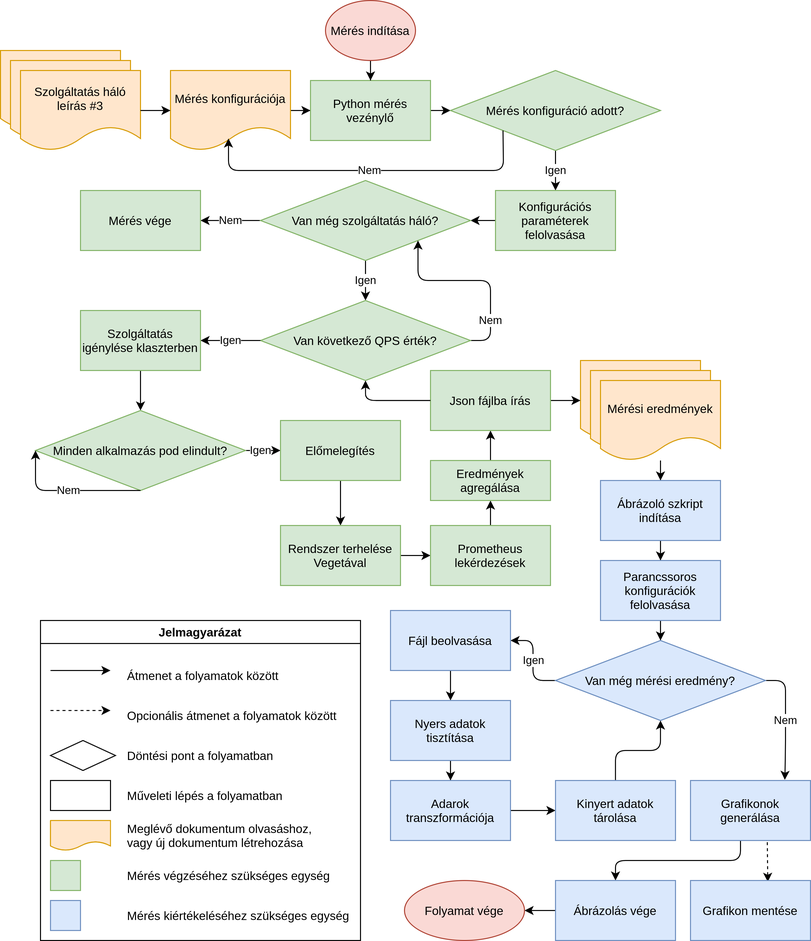
Earlier version of the draw.io export thesis/figures/measurement_and_draw_workflow.png (Tutkovics/Scaling_MSc). Source tidied: cells renumbered, new cells last; positions are measured from the earlier drawing's top-left corner, leaving out a move shared by most shapes.
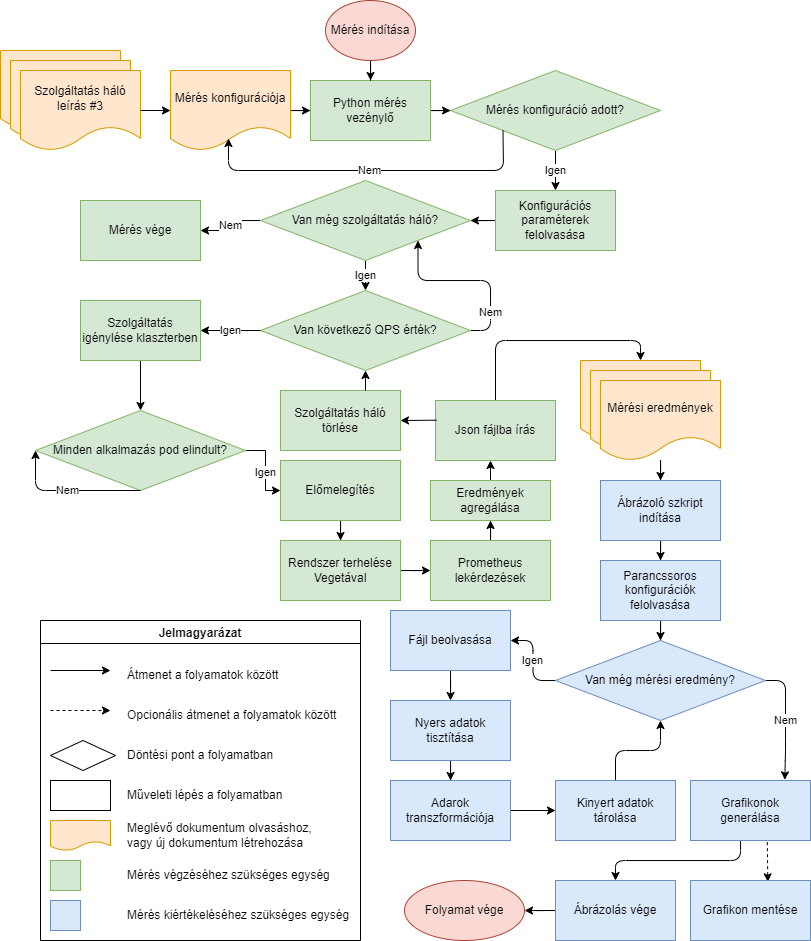
Above is the later version.

The edit, as a diff of the source:
```diff
@@ -62,10 +62,16 @@
       <mxGeometry x="260" y="180" width="210" height="80" as="geometry" />
     </mxCell>
     <mxCell id="20" value="Nem" style="edgeStyle=orthogonalEdgeStyle;rounded=1;jettySize=auto;html=1;entryX=1;entryY=1;entryDx=0;entryDy=0;exitX=1;exitY=0.5;exitDx=0;exitDy=0;" parent="1" edge="1" source="21" target="19">
-      <mxGeometry x="-0.58" relative="1" as="geometry" />
+      <mxGeometry x="-0.58" relative="1" as="geometry">
+        <Array as="points">
+          <mxPoint x="490" y="330" />
+          <mxPoint x="490" y="280" />
+          <mxPoint x="417" y="280" />
+        </Array>
+      </mxGeometry>
     </mxCell>
     <mxCell id="21" value="Van következő QPS érték?" style="rhombus;whiteSpace=wrap;html=1;fillColor=#d5e8d4;strokeColor=#82b366;" parent="1" vertex="1">
-      <mxGeometry x="260" y="300" width="210" height="80" as="geometry" />
+      <mxGeometry x="260" y="290" width="210" height="80" as="geometry" />
     </mxCell>
     <mxCell id="22" value="Igen" style="endArrow=classic;html=1;rounded=0;exitX=0;exitY=0.5;exitDx=0;exitDy=0;entryX=1;entryY=0.5;entryDx=0;entryDy=0;" parent="1" edge="1" source="21" target="24">
       <mxGeometry relative="1" as="geometry" />
@@ -74,7 +80,7 @@
       <mxGeometry relative="1" as="geometry" />
     </mxCell>
     <mxCell id="24" value="Szolgáltatás igénylése klaszterben" style="whiteSpace=wrap;html=1;fillColor=#d5e8d4;strokeColor=#82b366;" parent="1" vertex="1">
-      <mxGeometry x="80" y="310" width="120" height="60" as="geometry" />
+      <mxGeometry x="80" y="300" width="120" height="60" as="geometry" />
     </mxCell>
     <mxCell id="25" value="Igen" style="edgeStyle=orthogonalEdgeStyle;rounded=0;jettySize=auto;shadow=0;labelBackgroundColor=default;fontColor=default;labelBorderColor=none;html=1;" parent="1" edge="1" source="26" target="29">
       <mxGeometry x="0.11" relative="1" as="geometry" />
@@ -93,41 +99,42 @@
       <mxGeometry relative="1" as="geometry" />
     </mxCell>
     <mxCell id="29" value="Előmelegítés" style="whiteSpace=wrap;html=1;fillColor=#d5e8d4;strokeColor=#82b366;" parent="1" vertex="1">
-      <mxGeometry x="280" y="420" width="120" height="60" as="geometry" />
+      <mxGeometry x="280" y="460" width="120" height="60" as="geometry" />
     </mxCell>
     <mxCell id="30" style="edgeStyle=orthogonalEdgeStyle;rounded=0;jettySize=auto;html=1;" parent="1" edge="1" source="31" target="33">
       <mxGeometry relative="1" as="geometry" />
     </mxCell>
     <mxCell id="31" value="Rendszer terhelése Vegetával" style="whiteSpace=wrap;html=1;fillColor=#d5e8d4;strokeColor=#82b366;" parent="1" vertex="1">
-      <mxGeometry x="280" y="525" width="120" height="60" as="geometry" />
+      <mxGeometry x="280" y="540" width="120" height="60" as="geometry" />
     </mxCell>
     <mxCell id="32" style="edgeStyle=orthogonalEdgeStyle;rounded=0;jettySize=auto;html=1;" parent="1" edge="1" source="33" target="35">
       <mxGeometry relative="1" as="geometry" />
     </mxCell>
     <mxCell id="33" value="Prometheus lekérdezések" style="whiteSpace=wrap;html=1;fillColor=#d5e8d4;strokeColor=#82b366;" parent="1" vertex="1">
-      <mxGeometry x="430" y="525" width="120" height="60" as="geometry" />
+      <mxGeometry x="430" y="540" width="120" height="60" as="geometry" />
     </mxCell>
     <mxCell id="34" style="edgeStyle=orthogonalEdgeStyle;rounded=0;jettySize=auto;html=1;" parent="1" edge="1" source="35" target="37">
-      <mxGeometry relative="1" as="geometry" />
+      <mxGeometry relative="1" as="geometry">
+        <Array as="points">
+          <mxPoint x="495" y="450" />
+          <mxPoint x="495" y="450" />
+        </Array>
+      </mxGeometry>
     </mxCell>
     <mxCell id="35" value="Eredmények agregálása" style="whiteSpace=wrap;html=1;fillColor=#d5e8d4;strokeColor=#82b366;" parent="1" vertex="1">
-      <mxGeometry x="430" y="460" width="120" height="40" as="geometry" />
+      <mxGeometry x="430" y="480" width="120" height="40" as="geometry" />
     </mxCell>
-    <mxCell id="36" style="edgeStyle=orthogonalEdgeStyle;rounded=0;jettySize=auto;html=1;" parent="1" edge="1" source="37" target="2">
+    <mxCell id="36" style="edgeStyle=orthogonalEdgeStyle;rounded=1;jettySize=auto;html=1;exitX=0.5;exitY=0;exitDx=0;exitDy=0;entryX=0.5;entryY=0;entryDx=0;entryDy=0;" parent="1" edge="1" source="37" target="2">
       <mxGeometry relative="1" as="geometry" />
     </mxCell>
     <mxCell id="37" value="Json fájlba írás" style="whiteSpace=wrap;html=1;fillColor=#d5e8d4;strokeColor=#82b366;" parent="1" vertex="1">
-      <mxGeometry x="430" y="370" width="120" height="60" as="geometry" />
+      <mxGeometry x="435" y="400" width="120" height="60" as="geometry" />
     </mxCell>
-    <mxCell id="38" style="endArrow=classic;html=1;rounded=1;exitX=0;exitY=0.5;exitDx=0;exitDy=0;entryX=0.5;entryY=1;entryDx=0;entryDy=0;" parent="1" edge="1" source="37" target="21">
-      <mxGeometry relative="1" as="geometry">
-        <Array as="points">
-          <mxPoint x="365" y="400" />
-        </Array>
-      </mxGeometry>
+    <mxCell id="38" style="endArrow=classic;html=1;rounded=1;entryX=1;entryY=0.5;entryDx=0;entryDy=0;exitX=0.009;exitY=0.328;exitDx=0;exitDy=0;exitPerimeter=0;" parent="1" edge="1" source="37" target="81">
+      <mxGeometry relative="1" as="geometry" />
     </mxCell>
     <mxCell id="39" value="Mérés vége" style="whiteSpace=wrap;html=1;fillColor=#d5e8d4;strokeColor=#82b366;" parent="1" vertex="1">
-      <mxGeometry x="80" y="190" width="120" height="60" as="geometry" />
+      <mxGeometry x="80" y="200" width="120" height="60" as="geometry" />
     </mxCell>
     <mxCell id="40" style="edgeStyle=orthogonalEdgeStyle;rounded=0;jettySize=auto;html=1;" parent="1" edge="1" source="41" target="43">
       <mxGeometry relative="1" as="geometry" />
@@ -263,5 +270,13 @@
     <mxCell id="80" value="Mérés kiértékeléséhez szükséges egység" style="text;html=1;strokeColor=none;fillColor=none;align=left;verticalAlign=middle;whiteSpace=wrap;rounded=0;" parent="66" vertex="1">
       <mxGeometry x="85" y="280" width="225" height="30" as="geometry" />
     </mxCell>
+    <mxCell id="81" value="Szolgáltatás háló törlése" style="whiteSpace=wrap;html=1;fillColor=#d5e8d4;strokeColor=#82b366;" parent="1" vertex="1">
+      <mxGeometry x="280" y="390" width="120" height="60" as="geometry" />
+    </mxCell>
+    <mxCell id="82" style="endArrow=classic;html=1;rounded=1;shadow=0;labelBackgroundColor=none;labelBorderColor=none;fontColor=default;entryX=0.5;entryY=1;entryDx=0;entryDy=0;" parent="1" edge="1" target="21">
+      <mxGeometry relative="1" as="geometry">
+        <mxPoint x="365" y="390" as="sourcePoint" />
+      </mxGeometry>
+    </mxCell>
   </root>
 </mxGraphModel>
```
